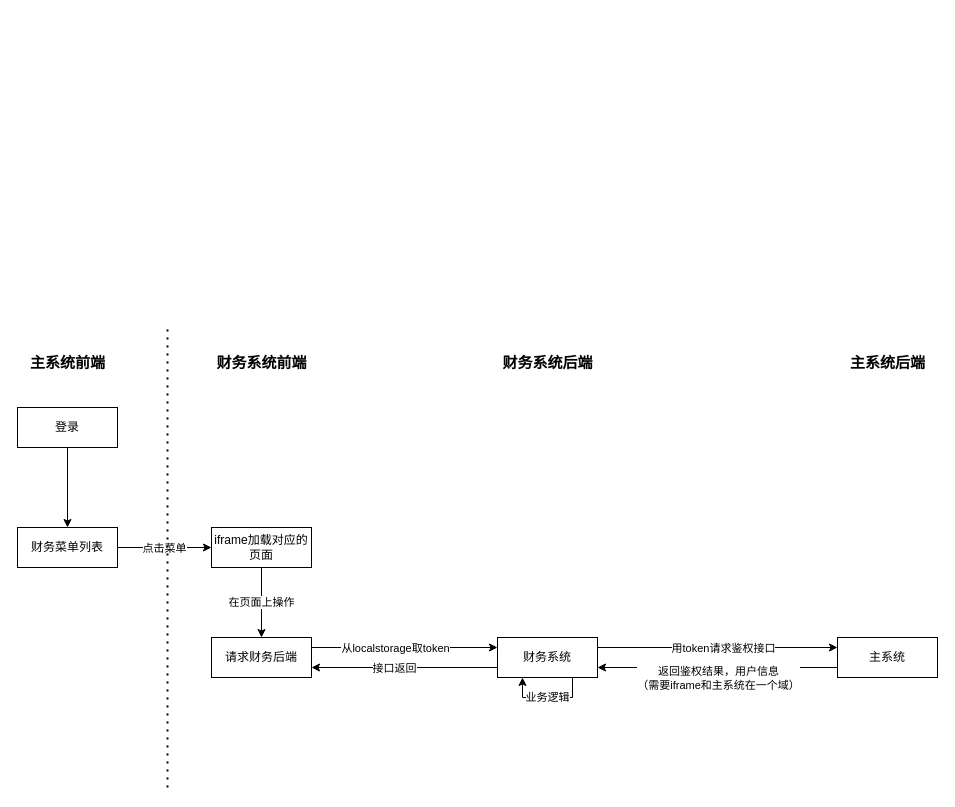
Earlier version of the draw.io diagram 132.drawio (k525056857/mfr). Source tidied: cells renumbered, new cells numbered last; positions are measured from the earlier drawing's top-left corner, leaving out a move shared by most shapes. Both pictures are drawn from the tidied source at 100%, with x=0, y=0 at pixel (17, 327).
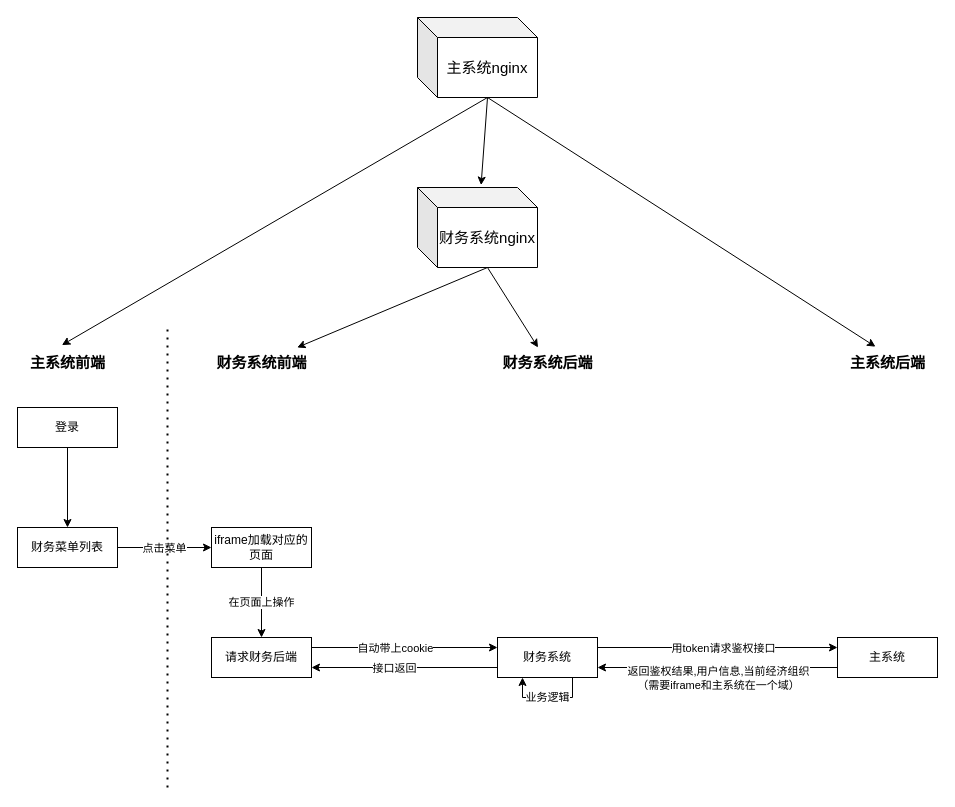
Above is the later version.

Unchanged cells that the change refers to:
```xml
<mxCell id="9" style="edgeStyle=orthogonalEdgeStyle;rounded=0;jettySize=auto;html=1;exitX=1;exitY=0.25;exitDx=0;exitDy=0;entryX=0;entryY=0.25;entryDx=0;entryDy=0;" parent="1" edge="1" source="11" target="16">
  <mxGeometry relative="1" as="geometry" />
</mxCell>
<mxCell id="17" style="edgeStyle=orthogonalEdgeStyle;rounded=0;jettySize=auto;html=1;exitX=0;exitY=0.75;exitDx=0;exitDy=0;entryX=1;entryY=0.75;entryDx=0;entryDy=0;" parent="1" edge="1" source="19" target="16">
  <mxGeometry relative="1" as="geometry" />
</mxCell>
<mxCell id="22" value="主系统前端" style="text;html=1;align=center;verticalAlign=middle;points=[];strokeColor=none;fillColor=none;fontStyle=1;fontSize=15;" parent="1" vertex="1">
  <mxGeometry y="20" width="100" height="30" as="geometry" />
</mxCell>
<mxCell id="23" value="财务系统前端" style="text;html=1;align=center;verticalAlign=middle;points=[];strokeColor=none;fillColor=none;fontStyle=1;fontSize=15;" parent="1" vertex="1">
  <mxGeometry x="189" y="20" width="110" height="30" as="geometry" />
</mxCell>
<mxCell id="24" value="财务系统后端" style="text;html=1;align=center;verticalAlign=middle;points=[];strokeColor=none;fillColor=none;fontStyle=1;fontSize=15;" parent="1" vertex="1">
  <mxGeometry x="475" y="20" width="110" height="30" as="geometry" />
</mxCell>
<mxCell id="25" value="主系统后端" style="text;html=1;align=center;verticalAlign=middle;points=[];strokeColor=none;fillColor=none;fontStyle=1;fontSize=15;" parent="1" vertex="1">
  <mxGeometry x="820" y="20" width="100" height="30" as="geometry" />
</mxCell>
```

What changed in the source:
```diff
@@
-    <mxCell id="10" value="从localstorage取token" style="edgeLabel;html=1;align=center;verticalAlign=middle;" parent="9" vertex="1">
+    <mxCell id="10" value="自动带上cookie" style="edgeLabel;html=1;align=center;verticalAlign=middle;" parent="9" vertex="1">
       <mxGeometry x="-0.19" relative="1" as="geometry">
         <mxPoint x="8" as="offset" />
       </mxGeometry>
     </mxCell>
@@
-    <mxCell id="18" value="返回鉴权结果，用户信息&lt;br&gt;（需要iframe和主系统在一个域）" style="edgeLabel;html=1;align=center;verticalAlign=middle;" parent="17" vertex="1">
+    <mxCell id="18" value="返回鉴权结果,用户信息,当前经济组织&lt;br&gt;（需要iframe和主系统在一个域）" style="edgeLabel;html=1;align=center;verticalAlign=middle;" parent="17" vertex="1">
       <mxGeometry x="0.26" y="1" relative="1" as="geometry">
         <mxPoint x="31" y="9" as="offset" />
       </mxGeometry>
     </mxCell>
@@
+    <mxCell id="26" style="edgeStyle=none;rounded=0;jettySize=auto;html=1;exitX=0;exitY=0;exitDx=70;exitDy=80;exitPerimeter=0;entryX=0.444;entryY=-0.08;entryDx=0;entryDy=0;entryPerimeter=0;fontSize=15;" parent="1" edge="1" source="29" target="22">
+      <mxGeometry relative="1" as="geometry" />
+    </mxCell>
+    <mxCell id="27" style="edgeStyle=none;rounded=0;jettySize=auto;html=1;exitX=0;exitY=0;exitDx=70;exitDy=80;exitPerimeter=0;entryX=0.38;entryY=-0.027;entryDx=0;entryDy=0;entryPerimeter=0;fontSize=15;" parent="1" edge="1" source="29" target="25">
+      <mxGeometry relative="1" as="geometry" />
+    </mxCell>
+    <mxCell id="28" style="edgeStyle=none;rounded=0;jettySize=auto;html=1;exitX=0;exitY=0;exitDx=70;exitDy=80;exitPerimeter=0;entryX=0.53;entryY=-0.03;entryDx=0;entryDy=0;entryPerimeter=0;fontSize=15;" parent="1" edge="1" source="29" target="32">
+      <mxGeometry relative="1" as="geometry" />
+    </mxCell>
+    <mxCell id="29" value="主系统nginx" style="shape=cube;whiteSpace=wrap;html=1;boundedLbl=1;backgroundOutline=1;darkOpacity=0.05;darkOpacity2=0.1;fontSize=15;" parent="1" vertex="1">
+      <mxGeometry x="400" y="-310" width="120" height="80" as="geometry" />
+    </mxCell>
+    <mxCell id="30" style="rounded=0;jettySize=auto;html=1;exitX=0;exitY=0;exitDx=70;exitDy=80;exitPerimeter=0;fontSize=15;" parent="1" edge="1" source="32" target="23">
+      <mxGeometry relative="1" as="geometry" />
+    </mxCell>
+    <mxCell id="31" style="edgeStyle=none;rounded=0;jettySize=auto;html=1;exitX=0;exitY=0;exitDx=70;exitDy=80;exitPerimeter=0;fontSize=15;" parent="1" edge="1" source="32" target="24">
+      <mxGeometry relative="1" as="geometry" />
+    </mxCell>
+    <mxCell id="32" value="财务系统nginx" style="shape=cube;whiteSpace=wrap;html=1;boundedLbl=1;backgroundOutline=1;darkOpacity=0.05;darkOpacity2=0.1;fontSize=15;" parent="1" vertex="1">
+      <mxGeometry x="400" y="-140" width="120" height="80" as="geometry" />
+    </mxCell>
```
